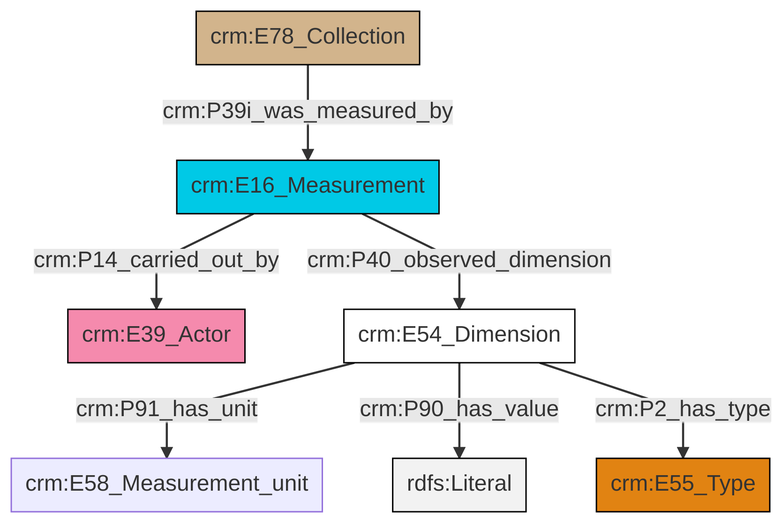
Earlier version of the Mermaid export et/archivalCSV/ttl/mmd/png/archival_substance.png (swiss-art-research-net/docs.swissartresearch). Its source is kept beside it as et/archivalCSV/ttl/mmd/archival_substance.ttl.mmd.
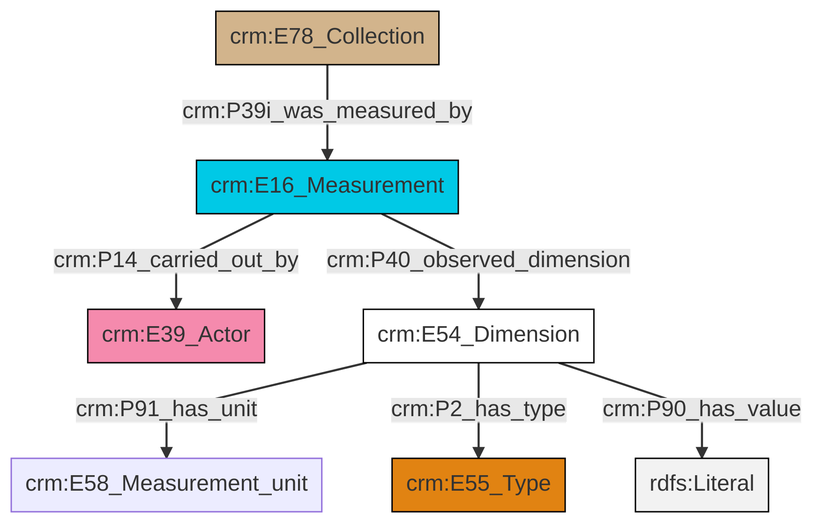
The same diagram one commit later.

Change to the diagram source:
```diff
@@ -13,9 +13,9 @@
 classDef PC_Classes fill:#4ce600, stroke:#000000;
 classDef Multi fill:#cccccc,stroke:#000000;
 
-2["crm:E54_Dimension"]:::CRM_Entity -->|crm:P91_has_unit| 3["crm:E58_Measurement_unit"]:::Default
-6["crm:E78_Collection"]:::Physical_Thing -->|crm:P39i_was_measured_by| 7["crm:E16_Measurement"]:::Temporal_Entity
-2["crm:E54_Dimension"]:::CRM_Entity -->|crm:P90_has_value| 9[rdfs:Literal]:::Literal
-7["crm:E16_Measurement"]:::Temporal_Entity -->|crm:P40_observed_dimension| 2["crm:E54_Dimension"]:::CRM_Entity
-7["crm:E16_Measurement"]:::Temporal_Entity -->|crm:P14_carried_out_by| 0["crm:E39_Actor"]:::Actor
-2["crm:E54_Dimension"]:::CRM_Entity -->|crm:P2_has_type| 4["crm:E55_Type"]:::Type
+0["crm:E78_Collection"]:::Physical_Thing -->|crm:P39i_was_measured_by| 1["crm:E16_Measurement"]:::Temporal_Entity
+5["crm:E54_Dimension"]:::CRM_Entity -->|crm:P91_has_unit| 6["crm:E58_Measurement_unit"]:::Default
+1["crm:E16_Measurement"]:::Temporal_Entity -->|crm:P40_observed_dimension| 5["crm:E54_Dimension"]:::CRM_Entity
+5["crm:E54_Dimension"]:::CRM_Entity -->|crm:P2_has_type| 7["crm:E55_Type"]:::Type
+5["crm:E54_Dimension"]:::CRM_Entity -->|crm:P90_has_value| 12[rdfs:Literal]:::Literal
+1["crm:E16_Measurement"]:::Temporal_Entity -->|crm:P14_carried_out_by| 3["crm:E39_Actor"]:::Actor
```
